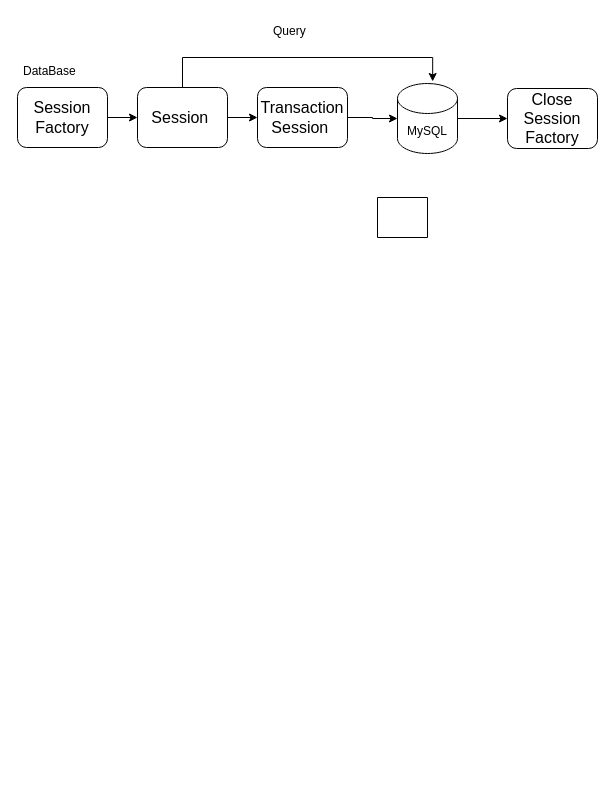
Earlier version of the draw.io diagram Untitled Diagram.drawio (kmkurumi/Learning-Internet-knowledge-by-drawio). Source tidied: cells renumbered, new cells numbered last; positions are measured from the earlier drawing's top-left corner, leaving out a move shared by most shapes. Both pictures are drawn from the tidied source at 100%, with x=0, y=0 at pixel (17, 17).
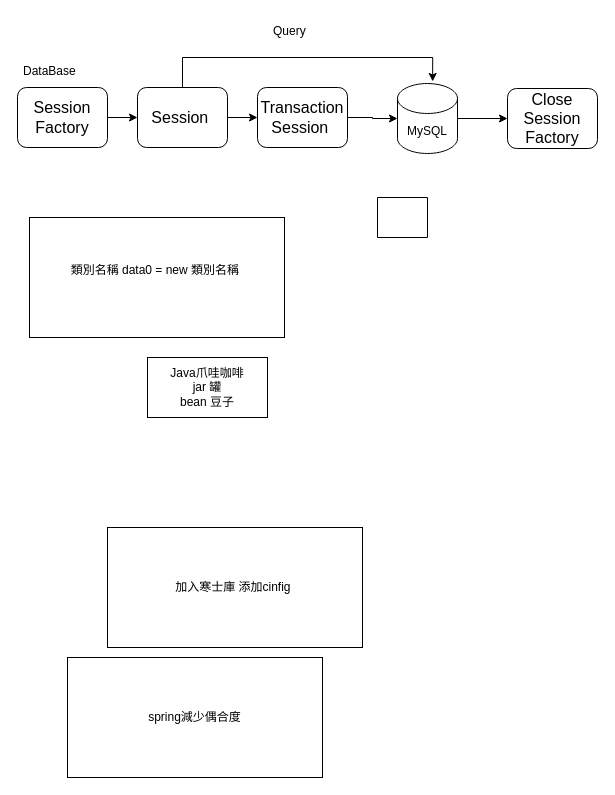
Above is the later version.

The edit, as a diff of the source:
```diff
@@
+    <mxCell id="15" value="Java爪哇咖啡&lt;br&gt;jar 罐&lt;br&gt;bean 豆子" style="rounded=0;whiteSpace=wrap;html=1;" parent="1" vertex="1">
+      <mxGeometry x="130" y="340" width="120" height="60" as="geometry" />
+    </mxCell>
+    <mxCell id="16" value="加入寒士庫 添加cinfig&amp;nbsp;" style="rounded=0;whiteSpace=wrap;html=1;" parent="1" vertex="1">
+      <mxGeometry x="90" y="510" width="255" height="120" as="geometry" />
+    </mxCell>
+    <mxCell id="17" value="類別名稱 data0 = new 類別名稱&amp;nbsp;&lt;b&gt;&lt;br&gt;&lt;/b&gt;&amp;nbsp;" style="rounded=0;whiteSpace=wrap;html=1;" parent="1" vertex="1">
+      <mxGeometry x="12" y="200" width="255" height="120" as="geometry" />
+    </mxCell>
+    <mxCell id="18" value="spring減少偶合度" style="rounded=0;whiteSpace=wrap;html=1;" parent="1" vertex="1">
+      <mxGeometry x="50" y="640" width="255" height="120" as="geometry" />
+    </mxCell>
```
